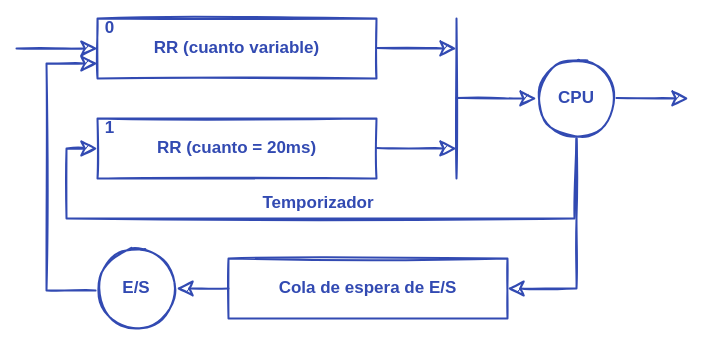
Above: content/media/C14-planificación/vrr.drawio in ull-esit-sistemas-operativos/ssoo-apuntes (draw.io), before the change. Source tidied: cells renumbered, new cells numbered last; positions are measured from the earlier drawing's top-left corner, leaving out a move shared by most shapes. Both pictures are drawn from the tidied source at 100%, with x=0, y=0 at pixel (16, 18).
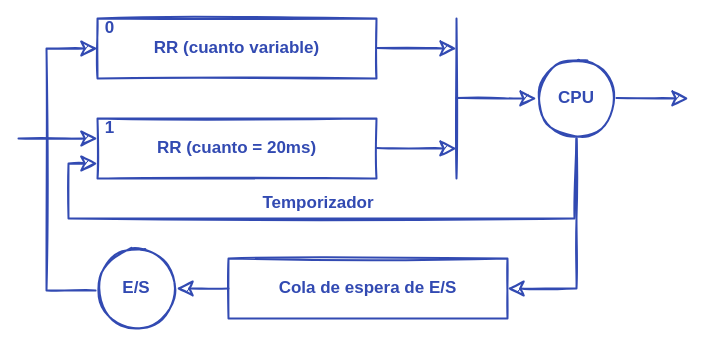
After the change.

Commit message (it also covers changes not shown here):
fix: diagrama VRR

Unchanged cells that the change refers to:
```xml
<mxCell id="2" value="RR (cuanto variable)" style="rounded=0;shadow=0;sketch=1;strokeWidth=2;fillColor=none;fontFamily=Ink Free;fontSize=17;spacing=20;fontStyle=1;strokeColor=#324AB2;fontColor=#324AB2;spacingBottom=5;" parent="1" vertex="1">
  <mxGeometry x="81" width="279" height="60" as="geometry" />
</mxCell>
<mxCell id="3" value="RR (cuanto = 20ms)" style="rounded=0;shadow=0;sketch=1;strokeWidth=2;fillColor=none;fontFamily=Ink Free;fontSize=17;spacing=20;fontStyle=1;strokeColor=#324AB2;fontColor=#324AB2;spacingBottom=5;" parent="1" vertex="1">
  <mxGeometry x="81" y="100" width="279" height="60" as="geometry" />
</mxCell>
<mxCell id="6" value="1" style="text;fillColor=none;align=center;verticalAlign=middle;rounded=0;shadow=0;sketch=1;fontFamily=Ink Free;fontSize=17;fontStyle=1;spacingRight=0;fontColor=#324AB2;spacingBottom=5;" parent="1" vertex="1">
  <mxGeometry x="81" y="100" width="25" height="20" as="geometry" />
</mxCell>
<mxCell id="12" value="CPU" style="ellipse;rounded=0;shadow=0;fontFamily=Ink Free;fontSize=17;strokeWidth=2;fillColor=none;spacing=20;sketch=1;align=center;strokeColor=#324AB2;fontColor=#324AB2;spacingBottom=5;fontStyle=1;" parent="1" vertex="1">
  <mxGeometry x="520" y="40" width="80" height="80" as="geometry" />
</mxCell>
<mxCell id="16" value="E/S" style="ellipse;rounded=0;shadow=0;fontFamily=Ink Free;fontSize=17;strokeWidth=2;fillColor=none;spacing=20;sketch=1;align=center;strokeColor=#324AB2;fontColor=#324AB2;spacingBottom=5;fontStyle=1;" parent="1" vertex="1">
  <mxGeometry x="80" y="230" width="80" height="80" as="geometry" />
</mxCell>
```

The edit, as a diff of the source:
```diff
@@
-    <mxCell id="7" style="endArrow=none;strokeWidth=2;fontFamily=Ink Free;fontSize=17;sketch=1;endSize=12;rounded=0;endFill=0;startSize=12;startArrow=classic;startFill=1;exitX=0;exitY=0.5;exitDx=0;exitDy=0;strokeColor=#324AB2;fontColor=#324AB2;spacingBottom=5;fontStyle=1;" parent="1" edge="1" source="2">
+    <mxCell id="7" style="endArrow=none;strokeWidth=2;fontFamily=Ink Free;fontSize=17;sketch=1;endSize=12;rounded=0;endFill=0;startSize=12;startArrow=classic;startFill=1;exitX=0;exitY=1;exitDx=0;exitDy=0;strokeColor=#324AB2;fontColor=#324AB2;spacingBottom=5;fontStyle=1;" parent="1" edge="1" source="6">
       <mxGeometry relative="1" as="geometry">
-        <mxPoint y="30" as="targetPoint" />
+        <mxPoint x="2" y="120" as="targetPoint" />
       </mxGeometry>
     </mxCell>
@@
-    <mxCell id="10" style="endArrow=none;strokeWidth=2;fontFamily=Ink Free;fontSize=17;sketch=1;endSize=12;rounded=0;endFill=0;startSize=12;startArrow=classic;startFill=1;exitX=0;exitY=0.5;exitDx=0;exitDy=0;entryX=0.5;entryY=1;entryDx=0;entryDy=0;strokeColor=#324AB2;fontColor=#324AB2;spacingBottom=5;fontStyle=1;" parent="1" edge="1" source="3" target="12">
+    <mxCell id="10" style="endArrow=none;strokeWidth=2;fontFamily=Ink Free;fontSize=17;sketch=1;endSize=12;rounded=0;endFill=0;startSize=12;startArrow=classic;startFill=1;exitX=0;exitY=0.75;exitDx=0;exitDy=0;entryX=0.5;entryY=1;entryDx=0;entryDy=0;strokeColor=#324AB2;fontColor=#324AB2;spacingBottom=5;fontStyle=1;" parent="1" edge="1" source="3" target="12">
       <mxGeometry relative="1" as="geometry">
         <Array as="points">
-          <mxPoint x="50" y="130" />
-          <mxPoint x="50" y="200" />
+          <mxPoint x="52" y="145" />
+          <mxPoint x="52" y="200" />
           <mxPoint x="558" y="200" />
         </Array>
       </mxGeometry>
     </mxCell>
@@
-    <mxCell id="18" style="endArrow=none;strokeWidth=2;fontFamily=Ink Free;fontSize=17;sketch=1;endSize=12;rounded=0;endFill=0;startSize=12;startArrow=classic;startFill=1;entryX=-0.012;entryY=0.525;entryDx=0;entryDy=0;entryPerimeter=0;exitX=0;exitY=0.75;exitDx=0;exitDy=0;strokeColor=#324AB2;fontColor=#324AB2;spacingBottom=5;fontStyle=1;" parent="1" edge="1" source="2" target="16">
+    <mxCell id="18" style="endArrow=none;strokeWidth=2;fontFamily=Ink Free;fontSize=17;sketch=1;endSize=12;rounded=0;endFill=0;startSize=12;startArrow=classic;startFill=1;entryX=-0.012;entryY=0.525;entryDx=0;entryDy=0;entryPerimeter=0;exitX=0;exitY=0.5;exitDx=0;exitDy=0;strokeColor=#324AB2;fontColor=#324AB2;spacingBottom=5;fontStyle=1;" parent="1" edge="1" source="2" target="16">
       <mxGeometry relative="1" as="geometry">
         <Array as="points">
-          <mxPoint x="30" y="45" />
+          <mxPoint x="30" y="30" />
           <mxPoint x="30" y="272" />
         </Array>
       </mxGeometry>
     </mxCell>
```
